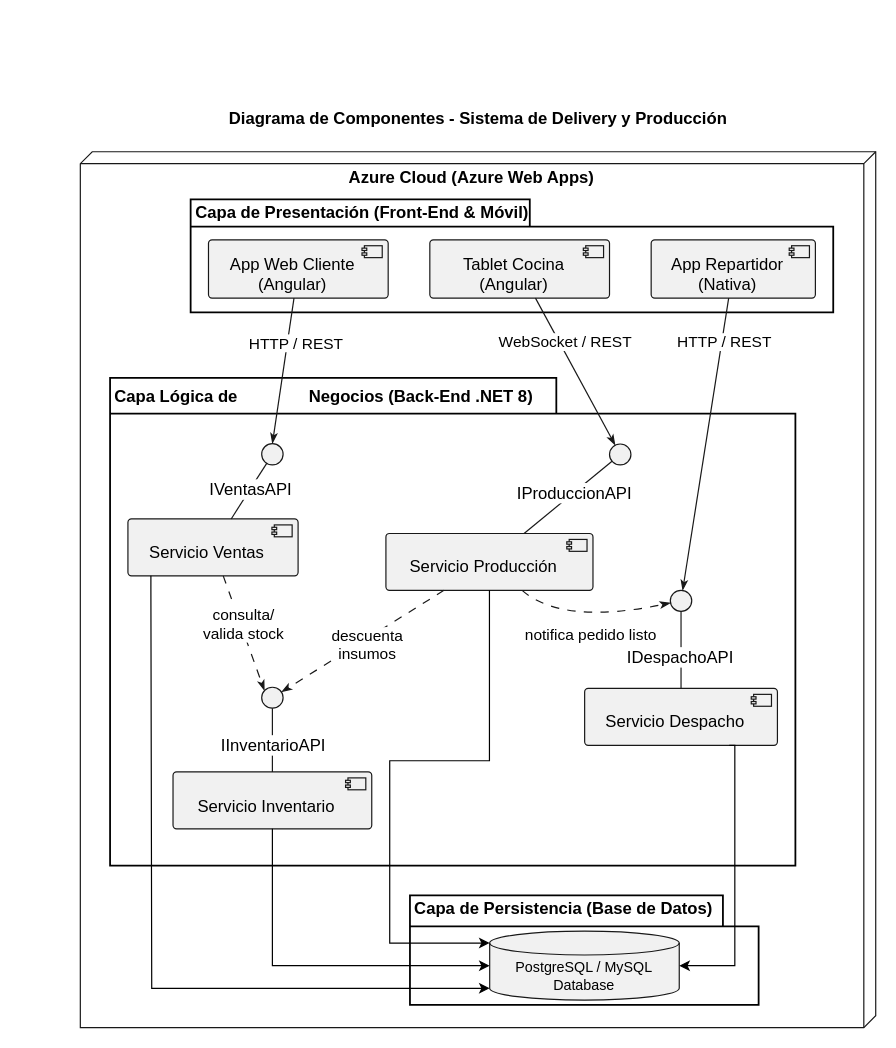
jorgeortizcastillo2020-hue/MSI_JJ_PARADIGMA4-1_IEC_N2_C1 keeps this draw.io diagram as Diagrama componentes nuevo.drawio. Above is the earlier version. Source tidied: cells renumbered, new cells numbered last; positions are measured from the earlier drawing's top-left corner, leaving out a move shared by most shapes. Both pictures are drawn from the tidied source at 119%, with x=0, y=0 at pixel (20, 20).
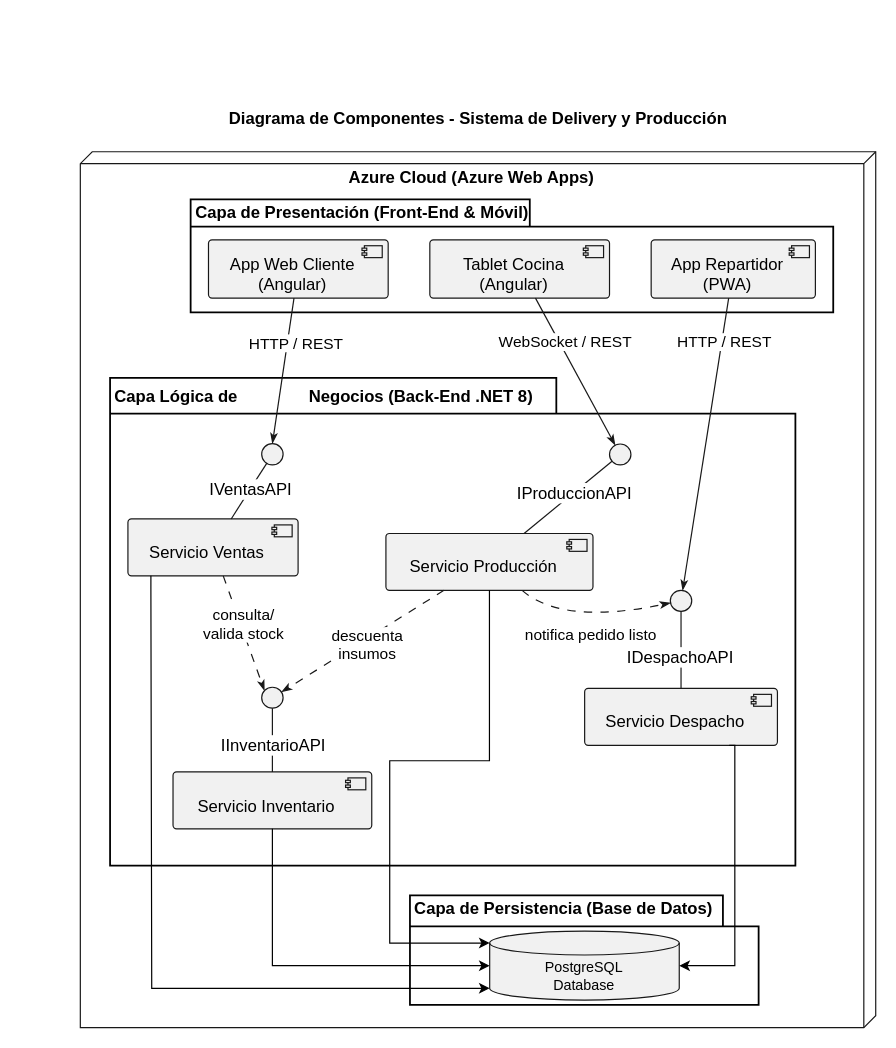
The same page after the edit.

The change refers to these unchanged cells:
```xml
<mxCell id="4" value="Capa de Presentación (Front-End &amp;amp; Móvil)" style="shape=folder;tabWidth=285;tabHeight=23;tabPosition=left;html=1;whiteSpace=wrap;fillColor=none;strokeColor=#000000;strokeWidth=1.5;fontSize=14;fontStyle=1;fontColor=#000000;align=left;verticalAlign=top;spacingLeft=2;spacingTop=-4;" parent="3" vertex="1">
  <mxGeometry x="92.7" y="40" width="540" height="95" as="geometry" />
</mxCell>
<mxCell id="32" value="Capa de Persistencia (Base de Datos)" style="shape=folder;tabWidth=263;tabHeight=26;tabPosition=left;html=1;whiteSpace=wrap;fillColor=none;strokeColor=#000000;strokeWidth=1.5;fontSize=14;fontStyle=1;fontColor=#000000;align=left;verticalAlign=top;spacingLeft=2;spacingTop=-4;" parent="3" vertex="1">
  <mxGeometry x="277" y="625" width="293" height="92" as="geometry" />
</mxCell>
```

Change to the diagram source:
```diff
@@
-    <mxCell id="13" value="App Repartidor&#10;(Nativa)" style="rounded=1;absoluteArcSize=1;arcSize=6;fillColor=#F1F1F1;strokeColor=#181818;fontSize=14;whiteSpace=wrap;spacingRight=10;spacingTop=9;" parent="4" vertex="1">
+    <mxCell id="13" value="App Repartidor&#10;(PWA)" style="rounded=1;absoluteArcSize=1;arcSize=6;fillColor=#F1F1F1;strokeColor=#181818;fontSize=14;whiteSpace=wrap;spacingRight=10;spacingTop=9;" parent="4" vertex="1">
       <mxGeometry x="387" y="34" width="138" height="49" as="geometry" />
     </mxCell>
@@
-    <mxCell id="33" value="PostgreSQL / MySQL&#10;Database" style="shape=cylinder3;size=10;boundedLbl=1;backgroundOutline=1;fillColor=#F1F1F1;strokeColor=#181818;fontSize=12;whiteSpace=wrap;" parent="32" vertex="1">
+    <mxCell id="33" value="PostgreSQL&#10;Database" style="shape=cylinder3;size=10;boundedLbl=1;backgroundOutline=1;fillColor=#F1F1F1;strokeColor=#181818;fontSize=12;whiteSpace=wrap;" parent="32" vertex="1">
       <mxGeometry x="67" y="30" width="159.3" height="58" as="geometry" />
     </mxCell>
```
